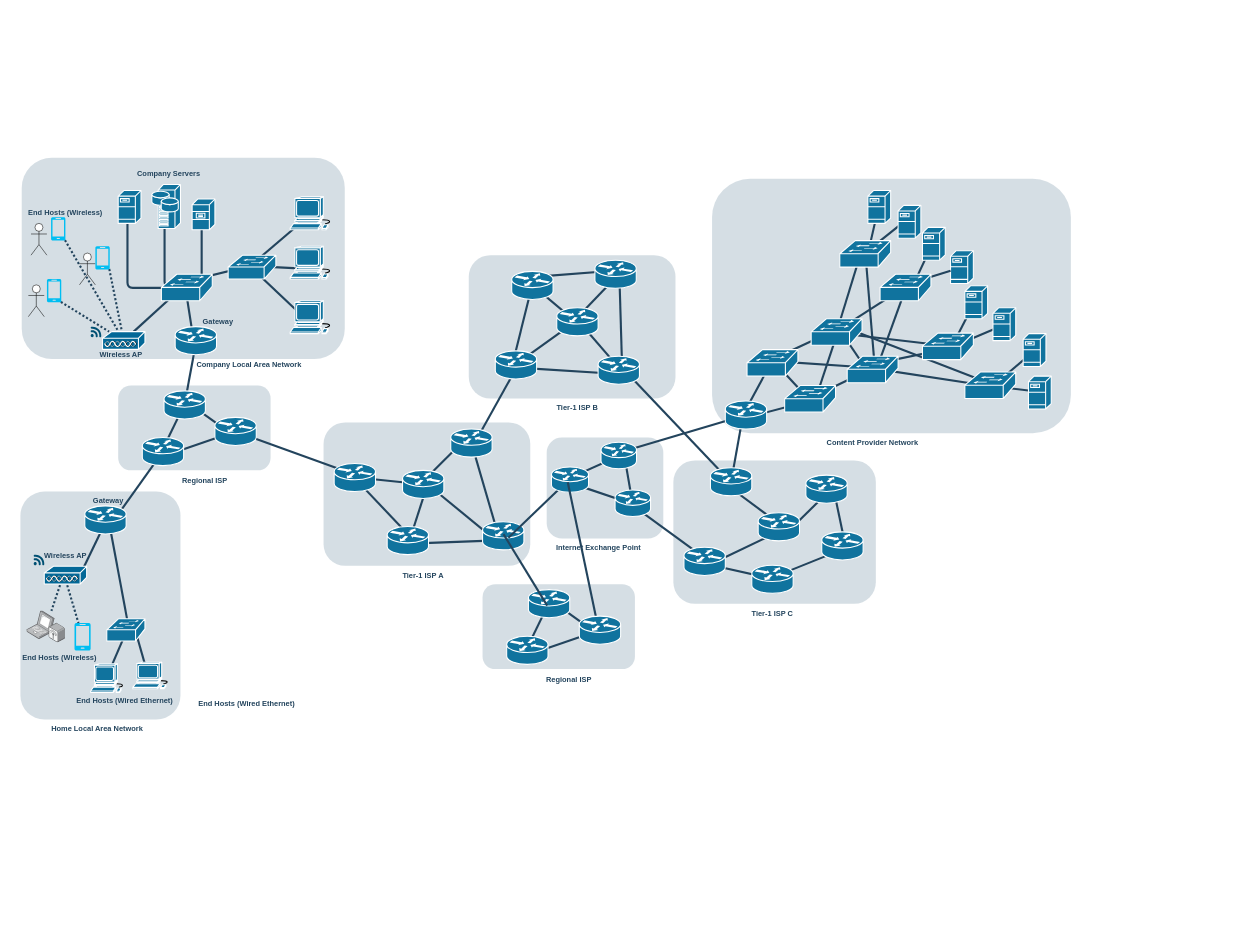
Earlier version of the draw.io diagram 名称未設定ファイル.drawio (mmerioles/ofdm-phy). Source tidied: cells renumbered, new cells numbered last; positions are measured from the earlier drawing's top-left corner, leaving out a move shared by most shapes. Both pictures are drawn from the tidied source at 53%, with x=0, y=0 at pixel (8, 157).
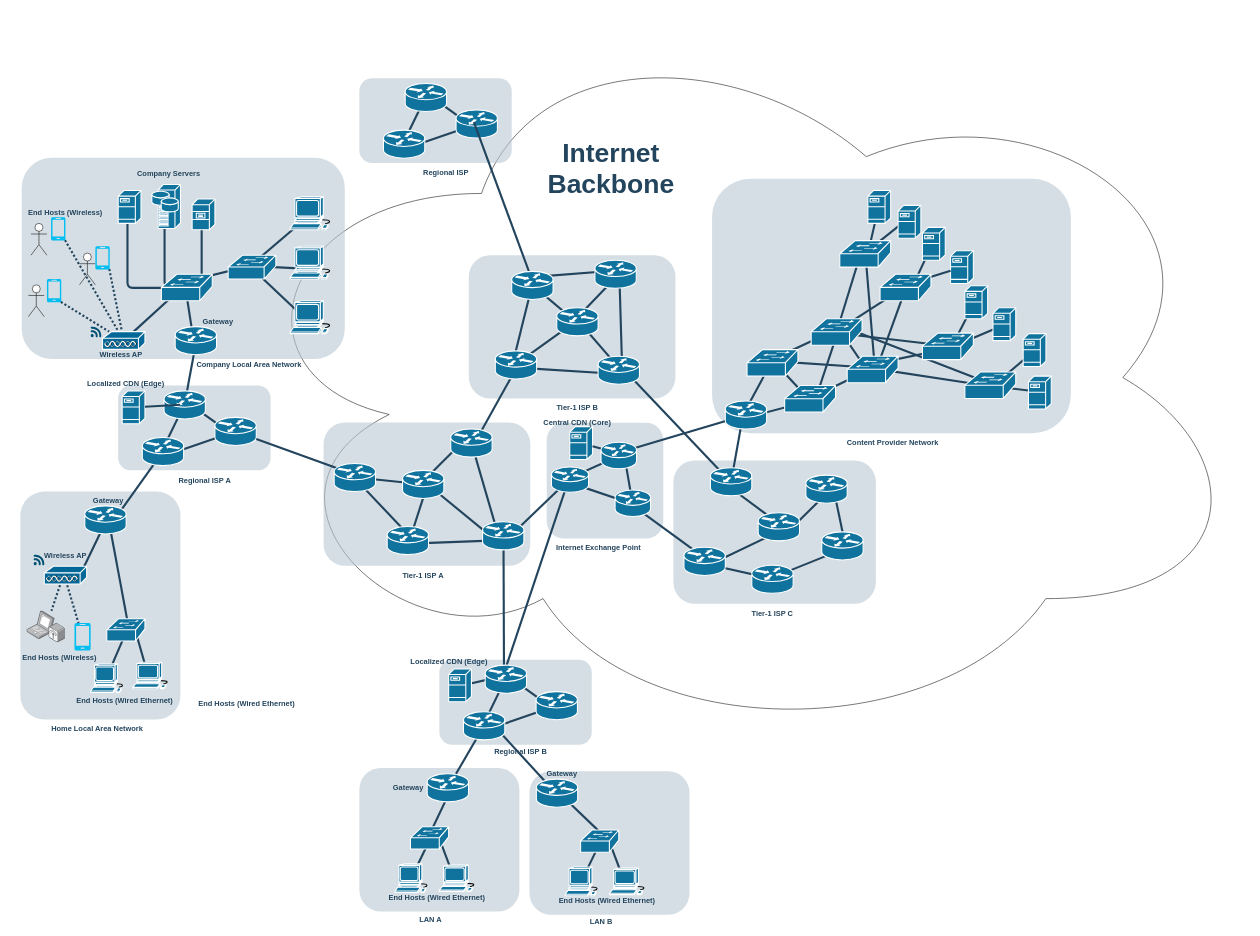
After the change.

Commit message (it also covers changes not shown here):
Update 名称未設定ファイル.drawio

Unchanged cells that the change refers to:
```xml
<mxCell id="81" style="shape=mxgraph.cisco.routers.router;html=1;dashed=0;fillColor=#10739E;strokeColor=#ffffff;strokeWidth=2;verticalLabelPosition=bottom;verticalAlign=top;fontFamily=Helvetica;fontSize=36;fontColor=#FFB366;" parent="1" vertex="1">
  <mxGeometry x="293" y="440" width="78" height="53" as="geometry" />
</mxCell>
```

Change to the diagram source:
```diff
@@
+    <mxCell id="180" style="ellipse;shape=cloud;whiteSpace=wrap;html=1;" parent="1" vertex="1">
+      <mxGeometry x="408" y="-280" width="1936" height="1390" as="geometry" />
+    </mxCell>
@@
-    <mxCell id="32" value="Regional ISP" style="rounded=1;whiteSpace=wrap;html=1;strokeColor=none;fillColor=none;fontSize=14;fontColor=#23445D;align=center;fontStyle=1;" parent="1" vertex="1">
+    <mxCell id="32" value="Regional ISP A" style="rounded=1;whiteSpace=wrap;html=1;strokeColor=none;fillColor=none;fontSize=14;fontColor=#23445D;align=center;fontStyle=1;" parent="1" vertex="1">
       <mxGeometry x="271.5" y="599" width="196" height="19" as="geometry" />
     </mxCell>
@@
     <mxCell id="40" style="rounded=1;whiteSpace=wrap;html=1;strokeColor=none;fillColor=#BAC8D3;fontSize=24;fontColor=#23445D;align=center;opacity=60;" parent="1" vertex="1">
-      <mxGeometry x="1015" y="528" width="220" height="190.5" as="geometry" />
+      <mxGeometry x="1015" y="500" width="220" height="218.5" as="geometry" />
     </mxCell>
@@
-    <mxCell id="47" style="shape=mxgraph.cisco.routers.router;html=1;dashed=0;fillColor=#10739E;strokeColor=#ffffff;strokeWidth=2;verticalLabelPosition=bottom;verticalAlign=top;fontFamily=Helvetica;fontSize=36;fontColor=#FFB366;" parent="1" vertex="1">
-      <mxGeometry x="894" y="687" width="78" height="53" as="geometry" />
-    </mxCell>
@@
-    <mxCell id="64" style="shape=mxgraph.cisco.routers.router;html=1;dashed=0;fillColor=#10739E;strokeColor=#ffffff;strokeWidth=2;verticalLabelPosition=bottom;verticalAlign=top;fontFamily=Helvetica;fontSize=36;fontColor=#FFB366;" parent="1" vertex="1">
-      <mxGeometry x="949" y="214.5" width="78" height="53" as="geometry" />
-    </mxCell>
@@
     <mxCell id="151" value="Content Provider Network" style="rounded=1;whiteSpace=wrap;html=1;strokeColor=none;fillColor=none;fontSize=14;fontColor=#23445D;align=center;fontStyle=1;" parent="1" vertex="1">
-      <mxGeometry x="1532" y="528" width="196" height="19" as="geometry" />
+      <mxGeometry x="1532" y="528" width="272" height="19" as="geometry" />
     </mxCell>
@@
-    <mxCell id="164" style="shape=mxgraph.cisco.routers.router;html=1;dashed=0;fillColor=#10739E;strokeColor=#ffffff;strokeWidth=2;verticalLabelPosition=bottom;verticalAlign=top;fontFamily=Helvetica;fontSize=36;fontColor=#FFB366;" parent="1" vertex="1">
-      <mxGeometry x="1024" y="583.8" width="70" height="47.5" as="geometry" />
-    </mxCell>
-    <mxCell id="165" style="shape=mxgraph.cisco.routers.router;html=1;dashed=0;fillColor=#10739E;strokeColor=#ffffff;strokeWidth=2;verticalLabelPosition=bottom;verticalAlign=top;fontFamily=Helvetica;fontSize=36;fontColor=#FFB366;" parent="1" vertex="1">
-      <mxGeometry x="1117.5" y="537" width="67" height="50" as="geometry" />
-    </mxCell>
@@
     <mxCell id="168" style="rounded=1;whiteSpace=wrap;html=1;strokeColor=none;fillColor=#BAC8D3;fontSize=24;fontColor=#23445D;align=center;opacity=60;" parent="1" vertex="1">
-      <mxGeometry x="894" y="805" width="287.5" height="160" as="geometry" />
+      <mxGeometry x="812.5" y="947.5" width="287.5" height="160" as="geometry" />
     </mxCell>
-    <mxCell id="169" value="Regional ISP" style="rounded=1;whiteSpace=wrap;html=1;strokeColor=none;fillColor=none;fontSize=14;fontColor=#23445D;align=center;fontStyle=1;" parent="1" vertex="1">
-      <mxGeometry x="959" y="974" width="196" height="19" as="geometry" />
+    <mxCell id="169" value="Regional ISP B" style="rounded=1;whiteSpace=wrap;html=1;strokeColor=none;fillColor=none;fontSize=14;fontColor=#23445D;align=center;fontStyle=1;" parent="1" vertex="1">
+      <mxGeometry x="867.5" y="1110" width="196" height="19" as="geometry" />
     </mxCell>
@@
-    <mxCell id="173" style="shape=mxgraph.cisco.routers.router;html=1;dashed=0;fillColor=#10739E;strokeColor=#ffffff;strokeWidth=2;verticalLabelPosition=bottom;verticalAlign=top;fontFamily=Helvetica;fontSize=36;fontColor=#FFB366;" parent="1" vertex="1">
-      <mxGeometry x="939.5" y="903" width="78" height="53" as="geometry" />
-    </mxCell>
-    <mxCell id="174" style="shape=mxgraph.cisco.routers.router;html=1;dashed=0;fillColor=#10739E;strokeColor=#ffffff;strokeWidth=2;verticalLabelPosition=bottom;verticalAlign=top;fontFamily=Helvetica;fontSize=36;fontColor=#FFB366;" parent="1" vertex="1">
-      <mxGeometry x="980.5" y="815" width="78" height="53" as="geometry" />
-    </mxCell>
@@
-    <mxCell id="177" style="edgeStyle=none;rounded=1;html=1;strokeColor=#23445D;endArrow=none;endFill=0;strokeWidth=4;entryX=0.458;entryY=0.415;entryDx=0;entryDy=0;entryPerimeter=0;exitX=0.439;exitY=0.605;exitDx=0;exitDy=0;exitPerimeter=0;" parent="1" edge="1" source="164" target="178">
+    <mxCell id="177" style="edgeStyle=none;rounded=1;html=1;strokeColor=#23445D;endArrow=none;endFill=0;strokeWidth=4;entryX=0.422;entryY=0.423;entryDx=0;entryDy=0;entryPerimeter=0;exitX=0.439;exitY=0.605;exitDx=0;exitDy=0;exitPerimeter=0;" parent="1" edge="1" source="164" target="174">
       <mxGeometry relative="1" as="geometry" />
     </mxCell>
     <mxCell id="178" style="shape=mxgraph.cisco.routers.router;html=1;dashed=0;fillColor=#10739E;strokeColor=#ffffff;strokeWidth=2;verticalLabelPosition=bottom;verticalAlign=top;fontFamily=Helvetica;fontSize=36;fontColor=#FFB366;" parent="1" vertex="1">
-      <mxGeometry x="1076.5" y="865" width="78" height="53" as="geometry" />
+      <mxGeometry x="995" y="1007.5" width="78" height="53" as="geometry" />
     </mxCell>
@@
+    <mxCell id="181" style="shape=mxgraph.cisco.servers.fileserver;html=1;dashed=0;fillColor=#10739E;strokeColor=#ffffff;strokeWidth=2;verticalLabelPosition=bottom;verticalAlign=top;fontFamily=Helvetica;fontSize=36;fontColor=#FFB366;" parent="1" vertex="1">
+      <mxGeometry x="1058.5" y="507.5" width="43" height="62" as="geometry" />
+    </mxCell>
+    <mxCell id="182" style="rounded=1;html=1;strokeColor=#23445D;endArrow=none;endFill=0;strokeWidth=4;exitX=0.481;exitY=0.415;exitDx=0;exitDy=0;exitPerimeter=0;" parent="1" edge="1" source="165" target="181">
+      <mxGeometry relative="1" as="geometry" />
+    </mxCell>
+    <mxCell id="183" value="Central CDN (Core)" style="rounded=1;whiteSpace=wrap;html=1;strokeColor=none;fillColor=none;fontSize=14;fontColor=#23445D;align=center;fontStyle=1;" parent="1" vertex="1">
+      <mxGeometry x="975" y="490" width="196" height="19" as="geometry" />
+    </mxCell>
+    <mxCell id="165" style="shape=mxgraph.cisco.routers.router;html=1;dashed=0;fillColor=#10739E;strokeColor=#ffffff;strokeWidth=2;verticalLabelPosition=bottom;verticalAlign=top;fontFamily=Helvetica;fontSize=36;fontColor=#FFB366;" parent="1" vertex="1">
+      <mxGeometry x="1117.5" y="537" width="67" height="50" as="geometry" />
+    </mxCell>
+    <mxCell id="47" style="shape=mxgraph.cisco.routers.router;html=1;dashed=0;fillColor=#10739E;strokeColor=#ffffff;strokeWidth=2;verticalLabelPosition=bottom;verticalAlign=top;fontFamily=Helvetica;fontSize=36;fontColor=#FFB366;" parent="1" vertex="1">
+      <mxGeometry x="894" y="687" width="78" height="53" as="geometry" />
+    </mxCell>
+    <mxCell id="164" style="shape=mxgraph.cisco.routers.router;html=1;dashed=0;fillColor=#10739E;strokeColor=#ffffff;strokeWidth=2;verticalLabelPosition=bottom;verticalAlign=top;fontFamily=Helvetica;fontSize=36;fontColor=#FFB366;" parent="1" vertex="1">
+      <mxGeometry x="1024" y="583.8" width="70" height="47.5" as="geometry" />
+    </mxCell>
+    <mxCell id="184" value="Localized CDN (Edge)" style="rounded=1;whiteSpace=wrap;html=1;strokeColor=none;fillColor=none;fontSize=14;fontColor=#23445D;align=center;fontStyle=1;" parent="1" vertex="1">
+      <mxGeometry x="732.5" y="940" width="196" height="19" as="geometry" />
+    </mxCell>
+    <mxCell id="185" style="edgeStyle=none;rounded=1;html=1;strokeColor=#23445D;endArrow=none;endFill=0;strokeWidth=4;entryX=0.428;entryY=0.39;entryDx=0;entryDy=0;entryPerimeter=0;exitX=0.484;exitY=0.519;exitDx=0;exitDy=0;exitPerimeter=0;" parent="1" edge="1" source="186" target="174">
+      <mxGeometry relative="1" as="geometry" />
+    </mxCell>
+    <mxCell id="186" style="shape=mxgraph.cisco.servers.fileserver;html=1;dashed=0;fillColor=#10739E;strokeColor=#ffffff;strokeWidth=2;verticalLabelPosition=bottom;verticalAlign=top;fontFamily=Helvetica;fontSize=36;fontColor=#FFB366;" parent="1" vertex="1">
+      <mxGeometry x="830" y="964.5" width="43" height="62" as="geometry" />
+    </mxCell>
+    <mxCell id="174" style="shape=mxgraph.cisco.routers.router;html=1;dashed=0;fillColor=#10739E;strokeColor=#ffffff;strokeWidth=2;verticalLabelPosition=bottom;verticalAlign=top;fontFamily=Helvetica;fontSize=36;fontColor=#FFB366;" parent="1" vertex="1">
+      <mxGeometry x="899" y="957.5" width="78" height="53" as="geometry" />
+    </mxCell>
+    <mxCell id="187" style="rounded=1;whiteSpace=wrap;html=1;strokeColor=none;fillColor=#BAC8D3;fontSize=24;fontColor=#23445D;align=center;opacity=60;" parent="1" vertex="1">
+      <mxGeometry x="661.5" y="-150" width="287.5" height="160" as="geometry" />
+    </mxCell>
+    <mxCell id="188" value="Regional ISP" style="rounded=1;whiteSpace=wrap;html=1;strokeColor=none;fillColor=none;fontSize=14;fontColor=#23445D;align=center;fontStyle=1;" parent="1" vertex="1">
+      <mxGeometry x="726.5" y="19" width="196" height="19" as="geometry" />
+    </mxCell>
+    <mxCell id="189" style="edgeStyle=none;rounded=1;html=1;strokeColor=#23445D;endArrow=none;endFill=0;strokeWidth=4;entryX=0.484;entryY=0.443;entryDx=0;entryDy=0;entryPerimeter=0;exitX=0.503;exitY=0.453;exitDx=0;exitDy=0;exitPerimeter=0;" parent="1" edge="1" source="194" target="192">
+      <mxGeometry relative="1" as="geometry" />
+    </mxCell>
+    <mxCell id="190" style="edgeStyle=none;rounded=1;html=1;strokeColor=#23445D;endArrow=none;endFill=0;strokeWidth=4;entryX=0.474;entryY=0.665;entryDx=0;entryDy=0;entryPerimeter=0;exitX=0.744;exitY=0.594;exitDx=0;exitDy=0;exitPerimeter=0;" parent="1" edge="1" source="194" target="193">
+      <mxGeometry relative="1" as="geometry" />
+    </mxCell>
+    <mxCell id="191" style="edgeStyle=none;rounded=1;html=1;strokeColor=#23445D;endArrow=none;endFill=0;strokeWidth=4;entryX=0.628;entryY=0.608;entryDx=0;entryDy=0;entryPerimeter=0;exitX=0.683;exitY=0.406;exitDx=0;exitDy=0;exitPerimeter=0;" parent="1" edge="1" source="193" target="192">
+      <mxGeometry relative="1" as="geometry" />
+    </mxCell>
+    <mxCell id="192" style="shape=mxgraph.cisco.routers.router;html=1;dashed=0;fillColor=#10739E;strokeColor=#ffffff;strokeWidth=2;verticalLabelPosition=bottom;verticalAlign=top;fontFamily=Helvetica;fontSize=36;fontColor=#FFB366;" parent="1" vertex="1">
+      <mxGeometry x="707" y="-52" width="78" height="53" as="geometry" />
+    </mxCell>
+    <mxCell id="193" style="shape=mxgraph.cisco.routers.router;html=1;dashed=0;fillColor=#10739E;strokeColor=#ffffff;strokeWidth=2;verticalLabelPosition=bottom;verticalAlign=top;fontFamily=Helvetica;fontSize=36;fontColor=#FFB366;" parent="1" vertex="1">
+      <mxGeometry x="844" y="-90" width="78" height="53" as="geometry" />
+    </mxCell>
+    <mxCell id="194" style="shape=mxgraph.cisco.routers.router;html=1;dashed=0;fillColor=#10739E;strokeColor=#ffffff;strokeWidth=2;verticalLabelPosition=bottom;verticalAlign=top;fontFamily=Helvetica;fontSize=36;fontColor=#FFB366;" parent="1" vertex="1">
+      <mxGeometry x="748" y="-140" width="78" height="53" as="geometry" />
+    </mxCell>
+    <mxCell id="195" style="rounded=1;whiteSpace=wrap;html=1;strokeColor=none;fillColor=#BAC8D3;fontSize=24;fontColor=#23445D;align=center;opacity=60;" parent="1" vertex="1">
+      <mxGeometry x="661.5" y="1151.5" width="302" height="271" as="geometry" />
+    </mxCell>
+    <mxCell id="196" value="LAN A" style="rounded=1;whiteSpace=wrap;html=1;strokeColor=none;fillColor=none;fontSize=14;fontColor=#23445D;align=center;fontStyle=1;" parent="1" vertex="1">
+      <mxGeometry x="697.5" y="1428.5" width="196" height="19" as="geometry" />
+    </mxCell>
+    <mxCell id="197" style="rounded=1;html=1;entryX=0.548;entryY=0.163;entryPerimeter=0;strokeColor=#23445D;endArrow=none;endFill=0;strokeWidth=4;entryDx=0;entryDy=0;exitX=0.581;exitY=0.538;exitDx=0;exitDy=0;exitPerimeter=0;" parent="1" edge="1" source="203" target="202">
+      <mxGeometry relative="1" as="geometry" />
+    </mxCell>
+    <mxCell id="198" style="rounded=1;html=1;strokeColor=#23445D;endArrow=none;endFill=0;strokeWidth=4;exitX=0.548;exitY=0.432;exitDx=0;exitDy=0;exitPerimeter=0;entryX=0.369;entryY=0.71;entryDx=0;entryDy=0;entryPerimeter=0;" parent="1" edge="1" source="202" target="200">
+      <mxGeometry relative="1" as="geometry" />
+    </mxCell>
+    <mxCell id="199" style="rounded=1;html=1;entryX=0.444;entryY=0.723;entryPerimeter=0;strokeColor=#23445D;endArrow=none;endFill=0;strokeWidth=4;entryDx=0;entryDy=0;exitX=0.729;exitY=0.411;exitDx=0;exitDy=0;exitPerimeter=0;" parent="1" edge="1" source="202" target="201">
+      <mxGeometry relative="1" as="geometry" />
+    </mxCell>
+    <mxCell id="200" style="shape=mxgraph.cisco.computers_and_peripherals.workstation;html=1;dashed=0;fillColor=#10739E;strokeColor=#ffffff;strokeWidth=2;verticalLabelPosition=bottom;verticalAlign=top;fontFamily=Helvetica;fontSize=36;fontColor=#FFB366;" parent="1" vertex="1">
+      <mxGeometry x="729" y="1332.5" width="67" height="54" as="geometry" />
+    </mxCell>
+    <mxCell id="201" style="shape=mxgraph.cisco.computers_and_peripherals.workstation;html=1;dashed=0;fillColor=#10739E;strokeColor=#ffffff;strokeWidth=2;verticalLabelPosition=bottom;verticalAlign=top;fontFamily=Helvetica;fontSize=36;fontColor=#FFB366;" parent="1" vertex="1">
+      <mxGeometry x="812.5" y="1334.5" width="72.5" height="50" as="geometry" />
+    </mxCell>
+    <mxCell id="202" style="shape=mxgraph.cisco.switches.workgroup_switch;html=1;dashed=0;fillColor=#10739E;strokeColor=#ffffff;strokeWidth=2;verticalLabelPosition=bottom;verticalAlign=top;fontFamily=Helvetica;fontSize=36;fontColor=#FFB366;" parent="1" vertex="1">
+      <mxGeometry x="758" y="1262.5" width="72" height="42" as="geometry" />
+    </mxCell>
+    <mxCell id="203" style="shape=mxgraph.cisco.routers.router;html=1;dashed=0;fillColor=#10739E;strokeColor=#ffffff;strokeWidth=2;verticalLabelPosition=bottom;verticalAlign=top;fontFamily=Helvetica;fontSize=36;fontColor=#FFB366;" parent="1" vertex="1">
+      <mxGeometry x="789.5" y="1162.5" width="78" height="53" as="geometry" />
+    </mxCell>
+    <mxCell id="204" value="Gateway" style="rounded=1;whiteSpace=wrap;html=1;strokeColor=none;fillColor=none;fontSize=14;fontColor=#23445D;align=center;fontStyle=1;" parent="1" vertex="1">
+      <mxGeometry x="694.5" y="1179.5" width="118" height="19" as="geometry" />
+    </mxCell>
+    <mxCell id="205" value="End Hosts (Wired Ethernet)" style="rounded=1;whiteSpace=wrap;html=1;strokeColor=none;fillColor=none;fontSize=14;fontColor=#23445D;align=center;fontStyle=1;" parent="1" vertex="1">
+      <mxGeometry x="712.5" y="1386.5" width="190" height="19" as="geometry" />
+    </mxCell>
+    <mxCell id="206" style="rounded=1;html=1;entryX=0.475;entryY=0.553;entryPerimeter=0;strokeColor=#23445D;endArrow=none;endFill=0;strokeWidth=4;entryDx=0;entryDy=0;" parent="1" edge="1" source="203" target="173">
+      <mxGeometry relative="1" as="geometry" />
+    </mxCell>
+    <mxCell id="207" style="rounded=1;whiteSpace=wrap;html=1;strokeColor=none;fillColor=#BAC8D3;fontSize=24;fontColor=#23445D;align=center;opacity=60;" parent="1" vertex="1">
+      <mxGeometry x="982.5" y="1157.5" width="302" height="271" as="geometry" />
+    </mxCell>
+    <mxCell id="208" style="rounded=1;html=1;entryX=0.548;entryY=0.163;entryPerimeter=0;strokeColor=#23445D;endArrow=none;endFill=0;strokeWidth=4;entryDx=0;entryDy=0;exitX=0.581;exitY=0.538;exitDx=0;exitDy=0;exitPerimeter=0;" parent="1" edge="1" source="218" target="213">
+      <mxGeometry relative="1" as="geometry" />
+    </mxCell>
+    <mxCell id="209" style="rounded=1;html=1;strokeColor=#23445D;endArrow=none;endFill=0;strokeWidth=4;exitX=0.548;exitY=0.432;exitDx=0;exitDy=0;exitPerimeter=0;entryX=0.369;entryY=0.71;entryDx=0;entryDy=0;entryPerimeter=0;" parent="1" edge="1" source="213" target="211">
+      <mxGeometry relative="1" as="geometry" />
+    </mxCell>
+    <mxCell id="210" style="rounded=1;html=1;entryX=0.444;entryY=0.723;entryPerimeter=0;strokeColor=#23445D;endArrow=none;endFill=0;strokeWidth=4;entryDx=0;entryDy=0;exitX=0.729;exitY=0.411;exitDx=0;exitDy=0;exitPerimeter=0;" parent="1" edge="1" source="213" target="212">
+      <mxGeometry relative="1" as="geometry" />
+    </mxCell>
+    <mxCell id="211" style="shape=mxgraph.cisco.computers_and_peripherals.workstation;html=1;dashed=0;fillColor=#10739E;strokeColor=#ffffff;strokeWidth=2;verticalLabelPosition=bottom;verticalAlign=top;fontFamily=Helvetica;fontSize=36;fontColor=#FFB366;" parent="1" vertex="1">
+      <mxGeometry x="1050" y="1338.5" width="67" height="54" as="geometry" />
+    </mxCell>
+    <mxCell id="212" style="shape=mxgraph.cisco.computers_and_peripherals.workstation;html=1;dashed=0;fillColor=#10739E;strokeColor=#ffffff;strokeWidth=2;verticalLabelPosition=bottom;verticalAlign=top;fontFamily=Helvetica;fontSize=36;fontColor=#FFB366;" parent="1" vertex="1">
+      <mxGeometry x="1133.5" y="1340.5" width="72.5" height="50" as="geometry" />
+    </mxCell>
+    <mxCell id="213" style="shape=mxgraph.cisco.switches.workgroup_switch;html=1;dashed=0;fillColor=#10739E;strokeColor=#ffffff;strokeWidth=2;verticalLabelPosition=bottom;verticalAlign=top;fontFamily=Helvetica;fontSize=36;fontColor=#FFB366;" parent="1" vertex="1">
+      <mxGeometry x="1079" y="1268.5" width="72" height="42" as="geometry" />
+    </mxCell>
+    <mxCell id="214" value="Gateway" style="rounded=1;whiteSpace=wrap;html=1;strokeColor=none;fillColor=none;fontSize=14;fontColor=#23445D;align=center;fontStyle=1;" parent="1" vertex="1">
+      <mxGeometry x="985" y="1153.5" width="118" height="19" as="geometry" />
+    </mxCell>
+    <mxCell id="215" value="End Hosts (Wired Ethernet)" style="rounded=1;whiteSpace=wrap;html=1;strokeColor=none;fillColor=none;fontSize=14;fontColor=#23445D;align=center;fontStyle=1;" parent="1" vertex="1">
+      <mxGeometry x="1033.5" y="1392.5" width="190" height="19" as="geometry" />
+    </mxCell>
+    <mxCell id="216" value="LAN B" style="rounded=1;whiteSpace=wrap;html=1;strokeColor=none;fillColor=none;fontSize=14;fontColor=#23445D;align=center;fontStyle=1;" parent="1" vertex="1">
+      <mxGeometry x="1020" y="1432.5" width="196" height="19" as="geometry" />
+    </mxCell>
+    <mxCell id="217" style="rounded=1;html=1;strokeColor=#23445D;endArrow=none;endFill=0;strokeWidth=4;exitX=0.608;exitY=0.287;exitDx=0;exitDy=0;exitPerimeter=0;entryX=0.44;entryY=0.449;entryDx=0;entryDy=0;entryPerimeter=0;" parent="1" edge="1" source="173" target="218">
+      <mxGeometry relative="1" as="geometry" />
+    </mxCell>
+    <mxCell id="218" style="shape=mxgraph.cisco.routers.router;html=1;dashed=0;fillColor=#10739E;strokeColor=#ffffff;strokeWidth=2;verticalLabelPosition=bottom;verticalAlign=top;fontFamily=Helvetica;fontSize=36;fontColor=#FFB366;" parent="1" vertex="1">
+      <mxGeometry x="995.5" y="1172.5" width="78" height="53" as="geometry" />
+    </mxCell>
+    <mxCell id="173" style="shape=mxgraph.cisco.routers.router;html=1;dashed=0;fillColor=#10739E;strokeColor=#ffffff;strokeWidth=2;verticalLabelPosition=bottom;verticalAlign=top;fontFamily=Helvetica;fontSize=36;fontColor=#FFB366;" parent="1" vertex="1">
+      <mxGeometry x="858" y="1045.5" width="78" height="53" as="geometry" />
+    </mxCell>
+    <mxCell id="219" style="rounded=1;html=1;strokeColor=#23445D;endArrow=none;endFill=0;strokeWidth=4;entryX=0.431;entryY=0.431;entryDx=0;entryDy=0;entryPerimeter=0;exitX=0.527;exitY=0.445;exitDx=0;exitDy=0;exitPerimeter=0;" parent="1" edge="1" source="64" target="193">
+      <mxGeometry relative="1" as="geometry" />
+    </mxCell>
+    <mxCell id="64" style="shape=mxgraph.cisco.routers.router;html=1;dashed=0;fillColor=#10739E;strokeColor=#ffffff;strokeWidth=2;verticalLabelPosition=bottom;verticalAlign=top;fontFamily=Helvetica;fontSize=36;fontColor=#FFB366;" parent="1" vertex="1">
+      <mxGeometry x="949" y="214.5" width="78" height="53" as="geometry" />
+    </mxCell>
+    <mxCell id="220" value="&lt;font style=&quot;font-size: 50px;&quot; color=&quot;#23445d&quot;&gt;Internet Backbone&lt;/font&gt;" style="rounded=1;whiteSpace=wrap;html=1;strokeColor=none;fillColor=none;fontSize=14;fontColor=#742B21;align=center;fontStyle=1;" parent="1" vertex="1">
+      <mxGeometry x="1024" y="10" width="225" height="19" as="geometry" />
+    </mxCell>
+    <mxCell id="221" style="shape=mxgraph.cisco.servers.fileserver;html=1;dashed=0;fillColor=#10739E;strokeColor=#ffffff;strokeWidth=2;verticalLabelPosition=bottom;verticalAlign=top;fontFamily=Helvetica;fontSize=36;fontColor=#FFB366;" parent="1" vertex="1">
+      <mxGeometry x="214" y="440" width="43" height="62" as="geometry" />
+    </mxCell>
+    <mxCell id="222" value="Localized CDN (Edge)" style="rounded=1;whiteSpace=wrap;html=1;strokeColor=none;fillColor=none;fontSize=14;fontColor=#23445D;align=center;fontStyle=1;" parent="1" vertex="1">
+      <mxGeometry x="123" y="417.5" width="196" height="19" as="geometry" />
+    </mxCell>
+    <mxCell id="223" style="edgeStyle=none;rounded=1;html=1;strokeColor=#23445D;endArrow=none;endFill=0;strokeWidth=4;entryX=0.391;entryY=0.495;entryDx=0;entryDy=0;entryPerimeter=0;" parent="1" edge="1" source="221" target="81">
+      <mxGeometry relative="1" as="geometry" />
+    </mxCell>
```
